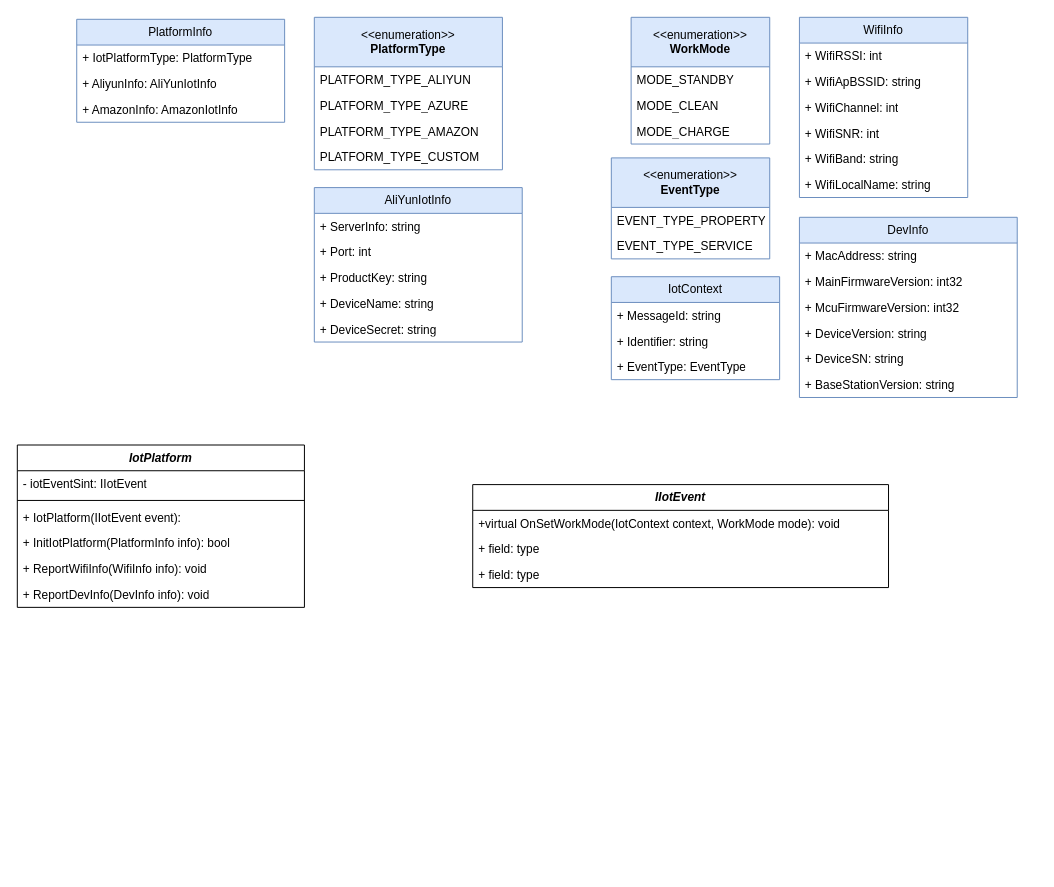
Above: 未命名绘图.drawio in xunzhaoxusanduo/1-drawio (draw.io), before the change. Source tidied: cells renumbered, new cells numbered last; positions are measured from the earlier drawing's top-left corner, leaving out a move shared by most shapes. Both pictures are drawn from the tidied source at 99%, with x=0, y=0 at pixel (17, 17).
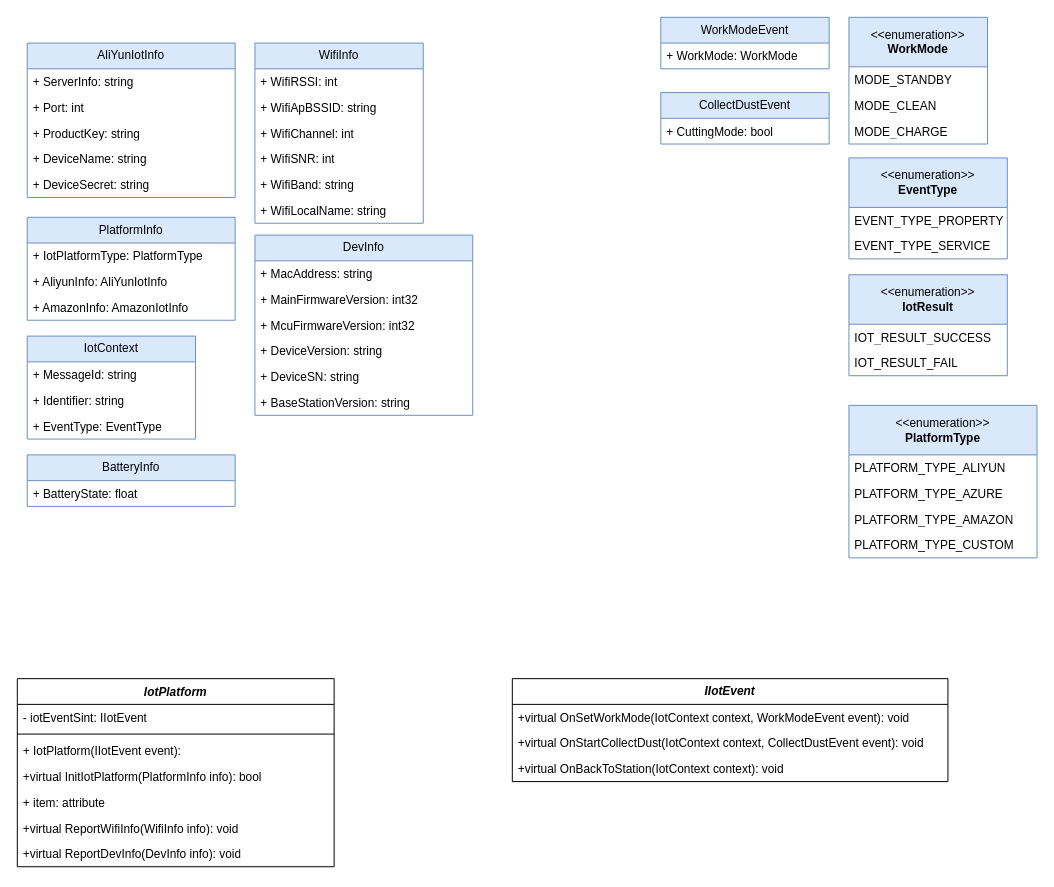
After the change.

Commit message (it also covers changes not shown here):
Update 未命名绘图.drawio

Diff of the diagram source:
```diff
@@
     <mxCell id="2" value="WifiInfo" style="swimlane;fontStyle=0;horizontal=1;startSize=26;fillColor=#dae8fc;whiteSpace=wrap;html=1;strokeColor=#6c8ebf;" parent="1" vertex="1">
-      <mxGeometry x="790" width="170" height="182" as="geometry" />
+      <mxGeometry x="240" y="26" width="170" height="182" as="geometry" />
     </mxCell>
@@
     <mxCell id="9" value="DevInfo" style="swimlane;fontStyle=0;horizontal=1;startSize=26;fillColor=#dae8fc;whiteSpace=wrap;html=1;strokeColor=#6c8ebf;" parent="1" vertex="1">
-      <mxGeometry x="790" y="202" width="220" height="182" as="geometry" />
+      <mxGeometry x="240" y="220" width="220" height="182" as="geometry" />
     </mxCell>
@@
     <mxCell id="16" value="&lt;b&gt;&lt;i&gt;IIotEvent&lt;/i&gt;&lt;/b&gt;" style="swimlane;fontStyle=0;horizontal=1;startSize=26;fillColor=none;whiteSpace=wrap;html=1;" parent="1" vertex="1">
-      <mxGeometry x="460" y="472" width="420" height="104" as="geometry" />
+      <mxGeometry x="500" y="668" width="440" height="104" as="geometry" />
     </mxCell>
-    <mxCell id="17" value="+virtual&amp;nbsp;OnSetWorkMode(IotContext context, WorkMode mode): void" style="text;strokeColor=none;fillColor=none;align=left;verticalAlign=top;spacingLeft=4;spacingRight=4;overflow=hidden;whiteSpace=wrap;html=1;" parent="16" vertex="1">
-      <mxGeometry y="26" width="420" height="26" as="geometry" />
+    <mxCell id="17" value="+virtual&amp;nbsp;OnSetWorkMode(IotContext context, WorkModeEvent event): void" style="text;strokeColor=none;fillColor=none;align=left;verticalAlign=top;spacingLeft=4;spacingRight=4;overflow=hidden;whiteSpace=wrap;html=1;" parent="16" vertex="1">
+      <mxGeometry y="26" width="440" height="26" as="geometry" />
     </mxCell>
-    <mxCell id="18" value="+ field: type" style="text;strokeColor=none;fillColor=none;align=left;verticalAlign=top;spacingLeft=4;spacingRight=4;overflow=hidden;whiteSpace=wrap;html=1;" parent="16" vertex="1">
-      <mxGeometry y="52" width="420" height="26" as="geometry" />
+    <mxCell id="18" value="+virtual&amp;nbsp;OnStartCollectDust(IotContext context, CollectDustEvent event): void" style="text;strokeColor=none;fillColor=none;align=left;verticalAlign=top;spacingLeft=4;spacingRight=4;overflow=hidden;whiteSpace=wrap;html=1;" parent="16" vertex="1">
+      <mxGeometry y="52" width="440" height="26" as="geometry" />
     </mxCell>
-    <mxCell id="19" value="+ field: type" style="text;strokeColor=none;fillColor=none;align=left;verticalAlign=top;spacingLeft=4;spacingRight=4;overflow=hidden;whiteSpace=wrap;html=1;" parent="16" vertex="1">
-      <mxGeometry y="78" width="420" height="26" as="geometry" />
+    <mxCell id="19" value="+virtual&amp;nbsp;OnBackToStation(IotContext context): void" style="text;strokeColor=none;fillColor=none;align=left;verticalAlign=top;spacingLeft=4;spacingRight=4;overflow=hidden;whiteSpace=wrap;html=1;" parent="16" vertex="1">
+      <mxGeometry y="78" width="440" height="26" as="geometry" />
     </mxCell>
     <mxCell id="20" value="&amp;lt;&amp;lt;enumeration&amp;gt;&amp;gt;&lt;br&gt;&lt;b&gt;WorkMode&lt;/b&gt;" style="swimlane;fontStyle=0;horizontal=1;startSize=50;fillColor=#dae8fc;whiteSpace=wrap;html=1;strokeColor=#6c8ebf;" parent="1" vertex="1">
-      <mxGeometry x="620" width="140" height="128" as="geometry" />
+      <mxGeometry x="840" width="140" height="128" as="geometry" />
     </mxCell>
@@
     <mxCell id="24" value="IotContext" style="swimlane;fontStyle=0;horizontal=1;startSize=26;fillColor=#dae8fc;whiteSpace=wrap;html=1;strokeColor=#6c8ebf;" parent="1" vertex="1">
-      <mxGeometry x="600" y="262" width="170" height="104" as="geometry" />
+      <mxGeometry x="10" y="322" width="170" height="104" as="geometry" />
     </mxCell>
@@
     <mxCell id="28" value="&amp;lt;&amp;lt;enumeration&amp;gt;&amp;gt;&lt;br&gt;&lt;b&gt;EventType&lt;/b&gt;" style="swimlane;fontStyle=0;horizontal=1;startSize=50;fillColor=#dae8fc;whiteSpace=wrap;html=1;strokeColor=#6c8ebf;" parent="1" vertex="1">
-      <mxGeometry x="600" y="142" width="160" height="102" as="geometry" />
+      <mxGeometry x="840" y="142" width="160" height="102" as="geometry" />
     </mxCell>
@@
     <mxCell id="31" value="&lt;i style=&quot;&quot;&gt;IotPlatform&lt;/i&gt;" style="swimlane;fontStyle=1;align=center;verticalAlign=top;horizontal=1;startSize=26;whiteSpace=wrap;html=1;" parent="1" vertex="1">
-      <mxGeometry y="432" width="290" height="164" as="geometry" />
+      <mxGeometry y="668" width="320" height="190" as="geometry" />
     </mxCell>
     <mxCell id="32" value="- iotEventSint: IIotEvent" style="text;strokeColor=none;fillColor=none;align=left;verticalAlign=top;spacingLeft=4;spacingRight=4;overflow=hidden;whiteSpace=wrap;html=1;" parent="31" vertex="1">
-      <mxGeometry y="26" width="290" height="26" as="geometry" />
+      <mxGeometry y="26" width="320" height="26" as="geometry" />
     </mxCell>
     <mxCell id="33" style="line;strokeWidth=1;fillColor=none;align=left;verticalAlign=middle;spacingTop=-1;spacingLeft=3;spacingRight=3;labelPosition=right;strokeColor=inherit;" parent="31" vertex="1">
-      <mxGeometry y="52" width="290" height="8" as="geometry" />
+      <mxGeometry y="52" width="320" height="8" as="geometry" />
     </mxCell>
     <mxCell id="34" value="+ IotPlatform(IIotEvent event):&amp;nbsp;" style="text;strokeColor=none;fillColor=none;align=left;verticalAlign=top;spacingLeft=4;spacingRight=4;overflow=hidden;whiteSpace=wrap;html=1;" parent="31" vertex="1">
-      <mxGeometry y="60" width="290" height="26" as="geometry" />
+      <mxGeometry y="60" width="320" height="26" as="geometry" />
     </mxCell>
-    <mxCell id="35" value="+ InitIotPlatform(PlatformInfo info): bool" style="text;strokeColor=none;fillColor=none;align=left;verticalAlign=top;spacingLeft=4;spacingRight=4;overflow=hidden;whiteSpace=wrap;html=1;" parent="31" vertex="1">
-      <mxGeometry y="86" width="290" height="26" as="geometry" />
+    <mxCell id="35" value="+virtual&amp;nbsp;InitIotPlatform(PlatformInfo info): bool" style="text;strokeColor=none;fillColor=none;align=left;verticalAlign=top;spacingLeft=4;spacingRight=4;overflow=hidden;whiteSpace=wrap;html=1;" parent="31" vertex="1">
+      <mxGeometry y="86" width="320" height="26" as="geometry" />
     </mxCell>
+    <mxCell id="53" value="+ item: attribute" style="text;strokeColor=none;fillColor=none;align=left;verticalAlign=top;spacingLeft=4;spacingRight=4;overflow=hidden;whiteSpace=wrap;html=1;" parent="31" vertex="1">
+      <mxGeometry y="112" width="320" height="26" as="geometry" />
+    </mxCell>
-    <mxCell id="36" value="+ ReportWifiInfo(WifiInfo info): void" style="text;strokeColor=none;fillColor=none;align=left;verticalAlign=top;spacingLeft=4;spacingRight=4;overflow=hidden;whiteSpace=wrap;html=1;" parent="31" vertex="1">
-      <mxGeometry y="112" width="290" height="26" as="geometry" />
+    <mxCell id="36" value="+virtual ReportWifiInfo(WifiInfo info): void" style="text;strokeColor=none;fillColor=none;align=left;verticalAlign=top;spacingLeft=4;spacingRight=4;overflow=hidden;whiteSpace=wrap;html=1;" parent="31" vertex="1">
+      <mxGeometry y="138" width="320" height="26" as="geometry" />
     </mxCell>
-    <mxCell id="37" value="+ ReportDevInfo(DevInfo info): void" style="text;strokeColor=none;fillColor=none;align=left;verticalAlign=top;spacingLeft=4;spacingRight=4;overflow=hidden;whiteSpace=wrap;html=1;" parent="31" vertex="1">
-      <mxGeometry y="138" width="290" height="26" as="geometry" />
+    <mxCell id="37" value="+virtual ReportDevInfo(DevInfo info): void" style="text;strokeColor=none;fillColor=none;align=left;verticalAlign=top;spacingLeft=4;spacingRight=4;overflow=hidden;whiteSpace=wrap;html=1;" parent="31" vertex="1">
+      <mxGeometry y="164" width="320" height="26" as="geometry" />
     </mxCell>
     <mxCell id="38" value="&amp;lt;&amp;lt;enumeration&amp;gt;&amp;gt;&lt;br&gt;&lt;b&gt;PlatformType&lt;/b&gt;" style="swimlane;fontStyle=0;horizontal=1;startSize=50;fillColor=#dae8fc;whiteSpace=wrap;html=1;strokeColor=#6c8ebf;" parent="1" vertex="1">
-      <mxGeometry x="300" width="190" height="154" as="geometry" />
+      <mxGeometry x="840" y="392" width="190" height="154" as="geometry" />
     </mxCell>
@@
     <mxCell id="43" value="PlatformInfo" style="swimlane;fontStyle=0;horizontal=1;startSize=26;fillColor=#dae8fc;whiteSpace=wrap;html=1;strokeColor=#6c8ebf;" parent="1" vertex="1">
-      <mxGeometry x="60" y="2" width="210" height="104" as="geometry" />
+      <mxGeometry x="10" y="202" width="210" height="104" as="geometry" />
     </mxCell>
@@
     <mxCell id="47" value="AliYunIotInfo" style="swimlane;fontStyle=0;horizontal=1;startSize=26;fillColor=#dae8fc;whiteSpace=wrap;html=1;strokeColor=#6c8ebf;" parent="1" vertex="1">
-      <mxGeometry x="300" y="172" width="210" height="156" as="geometry" />
+      <mxGeometry x="10" y="26" width="210" height="156" as="geometry" />
     </mxCell>
@@
+    <mxCell id="54" value="WorkModeEvent" style="swimlane;fontStyle=0;horizontal=1;startSize=26;fillColor=#dae8fc;whiteSpace=wrap;html=1;strokeColor=#6c8ebf;" parent="1" vertex="1">
+      <mxGeometry x="650" width="170" height="52" as="geometry" />
+    </mxCell>
+    <mxCell id="55" value="+ WorkMode: WorkMode" style="text;strokeColor=none;fillColor=none;align=left;verticalAlign=top;spacingLeft=4;spacingRight=4;overflow=hidden;whiteSpace=wrap;html=1;" parent="54" vertex="1">
+      <mxGeometry y="26" width="170" height="26" as="geometry" />
+    </mxCell>
+    <mxCell id="56" value="&amp;lt;&amp;lt;enumeration&amp;gt;&amp;gt;&lt;br&gt;&lt;b&gt;IotResult&lt;/b&gt;" style="swimlane;fontStyle=0;horizontal=1;startSize=50;fillColor=#dae8fc;whiteSpace=wrap;html=1;strokeColor=#6c8ebf;" parent="1" vertex="1">
+      <mxGeometry x="840" y="260" width="160" height="102" as="geometry" />
+    </mxCell>
+    <mxCell id="57" value="IOT_RESULT_SUCCESS" style="text;strokeColor=none;fillColor=none;align=left;verticalAlign=top;spacingLeft=4;spacingRight=4;overflow=hidden;whiteSpace=wrap;html=1;" parent="56" vertex="1">
+      <mxGeometry y="50" width="160" height="26" as="geometry" />
+    </mxCell>
+    <mxCell id="58" value="IOT_RESULT_FAIL" style="text;strokeColor=none;fillColor=none;align=left;verticalAlign=top;spacingLeft=4;spacingRight=4;overflow=hidden;whiteSpace=wrap;html=1;" parent="56" vertex="1">
+      <mxGeometry y="76" width="160" height="26" as="geometry" />
+    </mxCell>
+    <mxCell id="59" value="CollectDustEvent" style="swimlane;fontStyle=0;horizontal=1;startSize=26;fillColor=#dae8fc;whiteSpace=wrap;html=1;strokeColor=#6c8ebf;" parent="1" vertex="1">
+      <mxGeometry x="650" y="76" width="170" height="52" as="geometry" />
+    </mxCell>
+    <mxCell id="60" value="+ CuttingMode: bool" style="text;strokeColor=none;fillColor=none;align=left;verticalAlign=top;spacingLeft=4;spacingRight=4;overflow=hidden;whiteSpace=wrap;html=1;" parent="59" vertex="1">
+      <mxGeometry y="26" width="170" height="26" as="geometry" />
+    </mxCell>
+    <mxCell id="61" value="BatteryInfo" style="swimlane;fontStyle=0;horizontal=1;startSize=26;fillColor=#dae8fc;whiteSpace=wrap;html=1;strokeColor=#6c8ebf;" parent="1" vertex="1">
+      <mxGeometry x="10" y="442" width="210" height="52" as="geometry" />
+    </mxCell>
+    <mxCell id="62" value="+ BatteryState: float" style="text;strokeColor=none;fillColor=none;align=left;verticalAlign=top;spacingLeft=4;spacingRight=4;overflow=hidden;whiteSpace=wrap;html=1;" parent="61" vertex="1">
+      <mxGeometry y="26" width="210" height="26" as="geometry" />
+    </mxCell>
```
